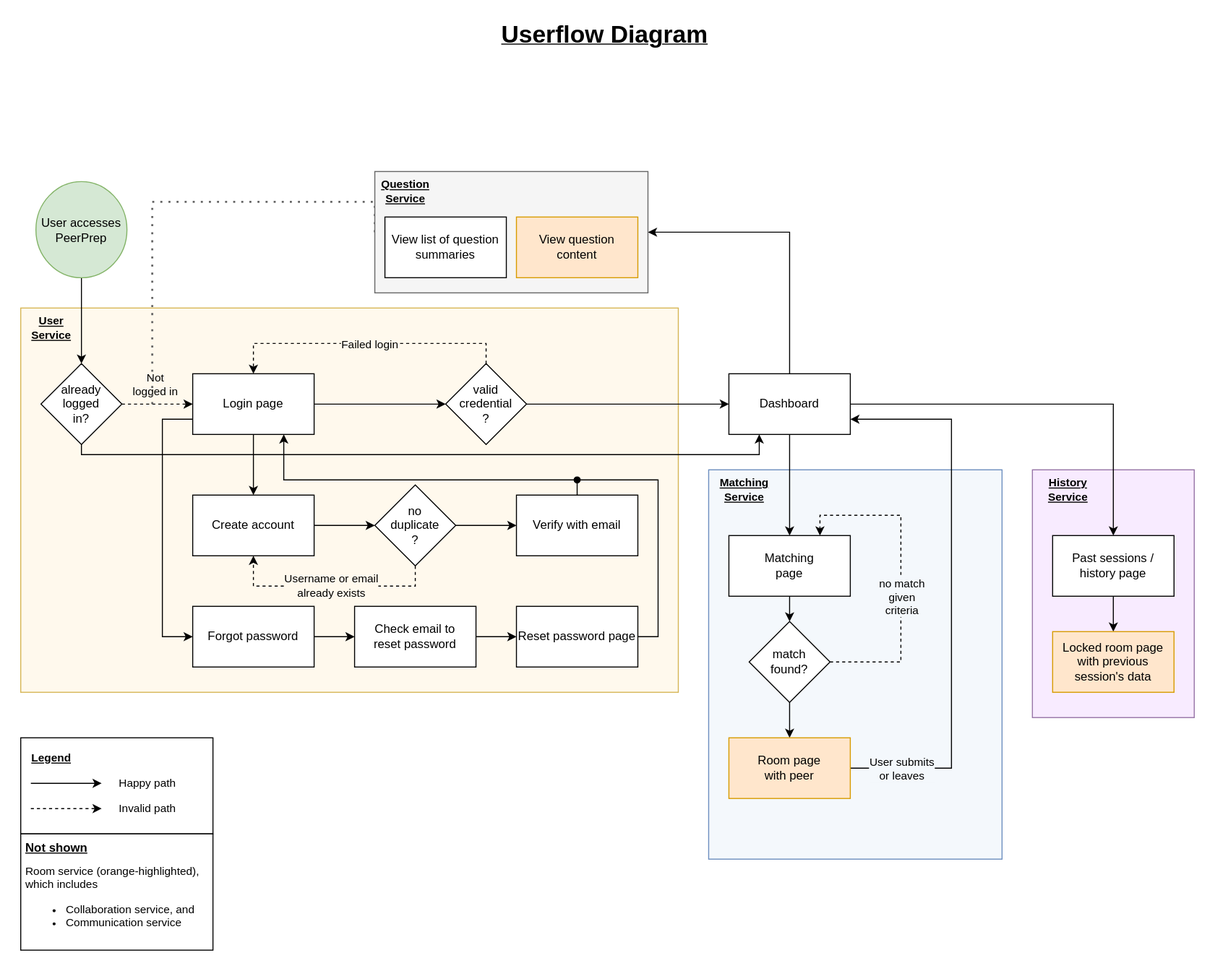
Before: docs/cs3219-userflow.svg, a diagram exported from draw.io (CS3219-AY2223S1/cs3219-project-ay2223s1-g42). Source tidied: cells renumbered, new cells last; positions are measured from the earlier drawing's top-left corner, leaving out a move shared by most shapes.
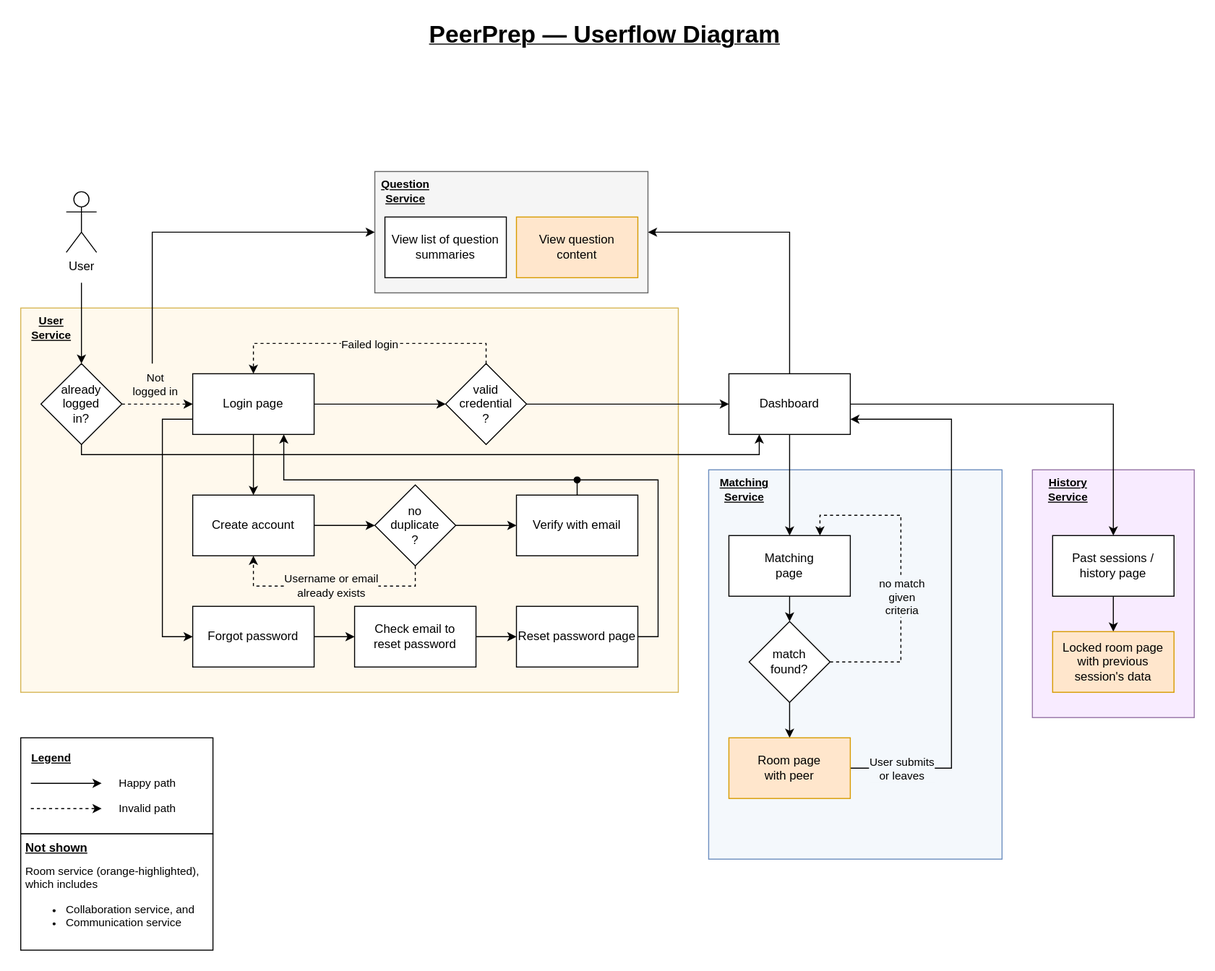
Later version of the same file.

The edit, as a diff of the source:
```diff
@@ -14,12 +14,6 @@
     <mxCell id="5" style="rounded=0;whiteSpace=wrap;html=1;fontFamily=Helvetica;fontSize=11;fillColor=#FFF9ED;strokeColor=#d6b656;" parent="1" vertex="1">
       <mxGeometry y="280" width="650" height="380" as="geometry" />
     </mxCell>
-    <mxCell id="6" style="edgeStyle=orthogonalEdgeStyle;rounded=0;jettySize=auto;html=1;" parent="1" edge="1" source="7" target="11">
-      <mxGeometry relative="1" as="geometry" />
-    </mxCell>
-    <mxCell id="7" value="&lt;div&gt;User accesses PeerPrep&lt;/div&gt;" style="ellipse;whiteSpace=wrap;html=1;fillColor=#d5e8d4;strokeColor=#82b366;comic=0;noLabel=0;overflow=visible;" parent="1" vertex="1">
-      <mxGeometry x="15" y="155" width="90" height="95" as="geometry" />
-    </mxCell>
     <mxCell id="8" style="edgeStyle=orthogonalEdgeStyle;rounded=0;jettySize=auto;html=1;exitX=1;exitY=0.5;exitDx=0;exitDy=0;dashed=1;" parent="1" edge="1" source="11" target="15">
       <mxGeometry relative="1" as="geometry" />
     </mxCell>
@@ -216,8 +210,8 @@
     <mxCell id="57" value="Legend" style="text;html=1;align=center;verticalAlign=middle;strokeColor=none;fillColor=none;fontSize=11;fontFamily=Helvetica;fontColor=default;fontStyle=5;" parent="1" vertex="1">
       <mxGeometry y="710" width="60" height="30" as="geometry" />
     </mxCell>
-    <mxCell id="58" value="&lt;font style=&quot;font-size: 24px&quot;&gt;Userflow Diagram&lt;/font&gt;" style="text;html=1;align=center;verticalAlign=middle;strokeColor=none;fillColor=none;fontStyle=5;" parent="1" vertex="1">
-      <mxGeometry x="467" width="220" height="20" as="geometry" />
+    <mxCell id="58" value="&lt;font style=&quot;font-size: 24px&quot;&gt;PeerPrep — Userflow Diagram&lt;/font&gt;" style="text;html=1;align=center;verticalAlign=middle;strokeColor=none;fillColor=none;fontStyle=5;" parent="1" vertex="1">
+      <mxGeometry x="397" width="360" height="20" as="geometry" />
     </mxCell>
     <mxCell id="59" value="&lt;b&gt;&lt;u&gt;Not shown&lt;/u&gt;&lt;/b&gt;" style="rounded=0;whiteSpace=wrap;html=1;labelBackgroundColor=default;comic=0;align=left;labelPadding=0;horizontal=1;labelPosition=center;verticalLabelPosition=middle;verticalAlign=top;spacingRight=0;spacingLeft=3;labelBorderColor=none;fontColor=default;" parent="1" vertex="1">
       <mxGeometry y="800" width="190" height="115" as="geometry" />
@@ -225,14 +219,6 @@
     <mxCell id="60" value="Room service (orange-highlighted), which includes&lt;br&gt;&lt;ul&gt;&lt;li&gt;Collaboration service, and&lt;/li&gt;&lt;li&gt;Communication service&lt;/li&gt;&lt;/ul&gt;" style="text;html=1;strokeColor=none;fillColor=none;align=left;verticalAlign=middle;whiteSpace=wrap;rounded=0;labelBackgroundColor=default;fontSize=11;fontColor=default;" parent="1" vertex="1">
       <mxGeometry x="3" y="853" width="177" height="30" as="geometry" />
     </mxCell>
-    <mxCell id="61" style="endArrow=none;dashed=1;html=1;dashPattern=1 3;strokeWidth=2;edgeStyle=orthogonalEdgeStyle;rounded=0;entryX=0;entryY=0.5;entryDx=0;entryDy=0;fillColor=#f5f5f5;strokeColor=#666666;" parent="1" edge="1" target="63">
-      <mxGeometry relative="1" as="geometry">
-        <mxPoint x="130" y="375" as="sourcePoint" />
-        <Array as="points">
-          <mxPoint x="130" y="175" />
-        </Array>
-      </mxGeometry>
-    </mxCell>
     <mxCell id="62" style="group;" parent="1" vertex="1">
       <mxGeometry x="350" y="145" width="270" height="120" as="geometry" />
     </mxCell>
@@ -248,5 +234,18 @@
     <mxCell id="66" value="View question &lt;br&gt;content" style="rounded=0;whiteSpace=wrap;html=1;fillColor=#ffe6cc;strokeColor=#d79b00;" parent="62" vertex="1">
       <mxGeometry x="140" y="45" width="120" height="60" as="geometry" />
     </mxCell>
+    <mxCell id="67" style="edgeStyle=orthogonalEdgeStyle;html=1;exitX=0;exitY=0.5;exitDx=0;exitDy=0;rounded=0;startArrow=classic;startFill=1;endArrow=none;endFill=0;" parent="1" edge="1" source="63">
+      <mxGeometry relative="1" as="geometry">
+        <mxPoint x="130" y="335" as="targetPoint" />
+      </mxGeometry>
+    </mxCell>
+    <mxCell id="68" style="edgeStyle=orthogonalEdgeStyle;shape=connector;rounded=0;html=1;entryX=0.5;entryY=0;entryDx=0;entryDy=0;labelBackgroundColor=default;fontFamily=Helvetica;fontSize=11;fontColor=default;startArrow=none;startFill=0;endArrow=classic;endFill=1;strokeColor=default;" parent="1" edge="1" target="11">
+      <mxGeometry relative="1" as="geometry">
+        <mxPoint x="60" y="255" as="sourcePoint" />
+      </mxGeometry>
+    </mxCell>
+    <mxCell id="69" value="User" style="shape=umlActor;verticalLabelPosition=bottom;verticalAlign=top;html=1;" parent="1" vertex="1">
+      <mxGeometry x="45" y="165" width="30" height="60" as="geometry" />
+    </mxCell>
   </root>
 </mxGraphModel>
```
